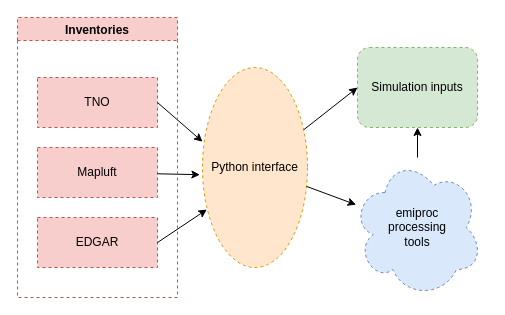
Before: docs/source/diagrams/pipeline.drawio in C2SM-RCM/emiproc, a draw.io diagram. Source tidied: cells renumbered, new cells numbered last; positions are measured from the earlier drawing's top-left corner, leaving out a move shared by most shapes. Both pictures are drawn from the tidied source at 100%, with x=0, y=0 at pixel (17, 17).
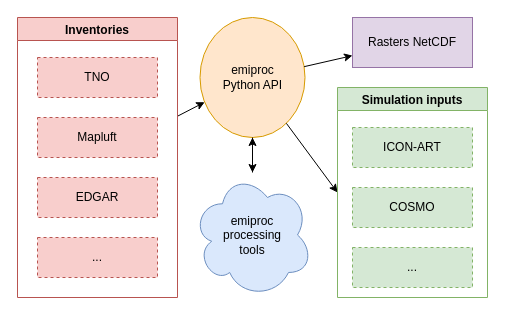
After the change.

The edit, as a diff of the source:
```diff
@@
 <mxGraphModel>
   <root>
     <mxCell id="0" />
     <mxCell id="1" parent="0" />
-    <mxCell id="2" value="TNO" style="rounded=0;whiteSpace=wrap;html=1;dashed=1;fillColor=#f8cecc;strokeColor=#b85450;" parent="1" vertex="1">
-      <mxGeometry x="20" y="60" width="120" height="50" as="geometry" />
-    </mxCell>
+    <mxCell id="5" value="emiproc&lt;br&gt;Python API" style="ellipse;whiteSpace=wrap;html=1;fillColor=#ffe6cc;strokeColor=#d79b00;" parent="1" vertex="1">
+      <mxGeometry x="182.5" width="105" height="120" as="geometry" />
+    </mxCell>
+    <mxCell id="6" style="endArrow=classic;html=1;rounded=0;" parent="1" edge="1" source="14" target="5">
+      <mxGeometry relative="1" as="geometry" />
+    </mxCell>
+    <mxCell id="9" value="emiproc&lt;br&gt;processing&lt;br&gt;tools" style="ellipse;shape=cloud;whiteSpace=wrap;html=1;fillColor=#dae8fc;strokeColor=#6c8ebf;" parent="1" vertex="1">
+      <mxGeometry x="175" y="155" width="120" height="125" as="geometry" />
+    </mxCell>
+    <mxCell id="10" style="endArrow=classic;html=1;rounded=0;" parent="1" edge="1" source="5" target="9">
+      <mxGeometry relative="1" as="geometry" />
+    </mxCell>
+    <mxCell id="12" style="endArrow=classic;html=1;rounded=0;entryX=0;entryY=0.5;entryDx=0;entryDy=0;" parent="1" edge="1" source="5" target="11">
+      <mxGeometry relative="1" as="geometry" />
+    </mxCell>
+    <mxCell id="14" value="Inventories" style="swimlane;fillColor=#f8cecc;strokeColor=#b85450;" parent="1" vertex="1">
+      <mxGeometry width="160" height="280" as="geometry" />
+    </mxCell>
-    <mxCell id="3" value="Mapluft" style="rounded=0;whiteSpace=wrap;html=1;dashed=1;fillColor=#f8cecc;strokeColor=#b85450;" parent="1" vertex="1">
-      <mxGeometry x="20" y="130" width="120" height="50" as="geometry" />
+    <mxCell id="3" value="Mapluft" style="rounded=0;whiteSpace=wrap;html=1;dashed=1;fillColor=#f8cecc;strokeColor=#b85450;" parent="14" vertex="1">
+      <mxGeometry x="20" y="100" width="120" height="40" as="geometry" />
     </mxCell>
-    <mxCell id="4" value="EDGAR" style="rounded=0;whiteSpace=wrap;html=1;dashed=1;fillColor=#f8cecc;strokeColor=#b85450;" parent="1" vertex="1">
-      <mxGeometry x="20" y="200" width="120" height="50" as="geometry" />
+    <mxCell id="4" value="EDGAR" style="rounded=0;whiteSpace=wrap;html=1;dashed=1;fillColor=#f8cecc;strokeColor=#b85450;" parent="14" vertex="1">
+      <mxGeometry x="20" y="160" width="120" height="40" as="geometry" />
     </mxCell>
-    <mxCell id="5" value="Python interface" style="ellipse;whiteSpace=wrap;html=1;dashed=1;fillColor=#ffe6cc;strokeColor=#d79b00;" parent="1" vertex="1">
-      <mxGeometry x="185" y="50" width="105" height="200" as="geometry" />
-    </mxCell>
-    <mxCell id="6" style="endArrow=classic;html=1;rounded=0;exitX=1;exitY=0.5;exitDx=0;exitDy=0;entryX=0;entryY=0.371;entryDx=0;entryDy=0;entryPerimeter=0;" parent="1" edge="1" source="2" target="5">
-      <mxGeometry relative="1" as="geometry" />
-    </mxCell>
-    <mxCell id="7" style="endArrow=classic;html=1;rounded=0;entryX=-0.025;entryY=0.536;entryDx=0;entryDy=0;entryPerimeter=0;" parent="1" edge="1" source="3" target="5">
-      <mxGeometry relative="1" as="geometry" />
-    </mxCell>
-    <mxCell id="8" style="endArrow=classic;html=1;rounded=0;exitX=1;exitY=0.5;exitDx=0;exitDy=0;entryX=0.042;entryY=0.71;entryDx=0;entryDy=0;entryPerimeter=0;" parent="1" edge="1" source="4" target="5">
-      <mxGeometry relative="1" as="geometry" />
-    </mxCell>
-    <mxCell id="9" value="emiproc&lt;br&gt;processing&lt;br&gt;tools" style="ellipse;shape=cloud;whiteSpace=wrap;html=1;dashed=1;fillColor=#dae8fc;strokeColor=#6c8ebf;" parent="1" vertex="1">
-      <mxGeometry x="335" y="140" width="130" height="140" as="geometry" />
-    </mxCell>
-    <mxCell id="10" style="endArrow=classic;html=1;rounded=0;" parent="1" edge="1" source="5" target="9">
-      <mxGeometry relative="1" as="geometry" />
-    </mxCell>
+    <mxCell id="15" value="..." style="rounded=0;whiteSpace=wrap;html=1;dashed=1;fillColor=#f8cecc;strokeColor=#b85450;" parent="14" vertex="1">
+      <mxGeometry x="20" y="220" width="120" height="40" as="geometry" />
+    </mxCell>
+    <mxCell id="2" value="TNO" style="rounded=0;whiteSpace=wrap;html=1;dashed=1;fillColor=#f8cecc;strokeColor=#b85450;" parent="14" vertex="1">
+      <mxGeometry x="20" y="40" width="120" height="40" as="geometry" />
+    </mxCell>
-    <mxCell id="11" value="Simulation inputs" style="rounded=1;whiteSpace=wrap;html=1;dashed=1;fillColor=#d5e8d4;strokeColor=#82b366;" parent="1" vertex="1">
-      <mxGeometry x="340" y="30" width="120" height="80" as="geometry" />
+    <mxCell id="11" value="Simulation inputs" style="swimlane;fillColor=#d5e8d4;strokeColor=#82b366;" parent="1" vertex="1">
+      <mxGeometry x="320" y="70" width="150" height="210" as="geometry" />
     </mxCell>
-    <mxCell id="12" style="endArrow=classic;html=1;rounded=0;entryX=0;entryY=0.5;entryDx=0;entryDy=0;" parent="1" edge="1" source="5" target="11">
-      <mxGeometry relative="1" as="geometry" />
-    </mxCell>
-    <mxCell id="13" style="endArrow=classic;html=1;rounded=0;" parent="1" edge="1" source="9" target="11">
-      <mxGeometry relative="1" as="geometry" />
-    </mxCell>
-    <mxCell id="14" value="Inventories" style="swimlane;dashed=1;fillColor=#f8cecc;strokeColor=#b85450;" parent="1" vertex="1">
-      <mxGeometry width="160" height="280" as="geometry" />
-    </mxCell>
+    <mxCell id="16" value="ICON-ART" style="rounded=0;whiteSpace=wrap;html=1;dashed=1;fillColor=#d5e8d4;strokeColor=#82b366;" parent="11" vertex="1">
+      <mxGeometry x="15" y="40" width="120" height="40" as="geometry" />
+    </mxCell>
+    <mxCell id="17" value="COSMO" style="rounded=0;whiteSpace=wrap;html=1;dashed=1;fillColor=#d5e8d4;strokeColor=#82b366;" parent="11" vertex="1">
+      <mxGeometry x="15" y="100" width="120" height="40" as="geometry" />
+    </mxCell>
+    <mxCell id="18" value="..." style="rounded=0;whiteSpace=wrap;html=1;dashed=1;fillColor=#d5e8d4;strokeColor=#82b366;" parent="11" vertex="1">
+      <mxGeometry x="15" y="160" width="120" height="40" as="geometry" />
+    </mxCell>
+    <mxCell id="19" style="endArrow=classic;html=1;rounded=0;" parent="1" edge="1" source="9" target="5">
+      <mxGeometry relative="1" as="geometry" />
+    </mxCell>
+    <mxCell id="20" value="Rasters NetCDF" style="rounded=0;whiteSpace=wrap;html=1;fillColor=#e1d5e7;strokeColor=#9673a6;" parent="1" vertex="1">
+      <mxGeometry x="335" width="120" height="50" as="geometry" />
+    </mxCell>
+    <mxCell id="21" style="endArrow=classic;html=1;rounded=0;" parent="1" edge="1" source="5" target="20">
+      <mxGeometry relative="1" as="geometry" />
+    </mxCell>
   </root>
 </mxGraphModel>
```
